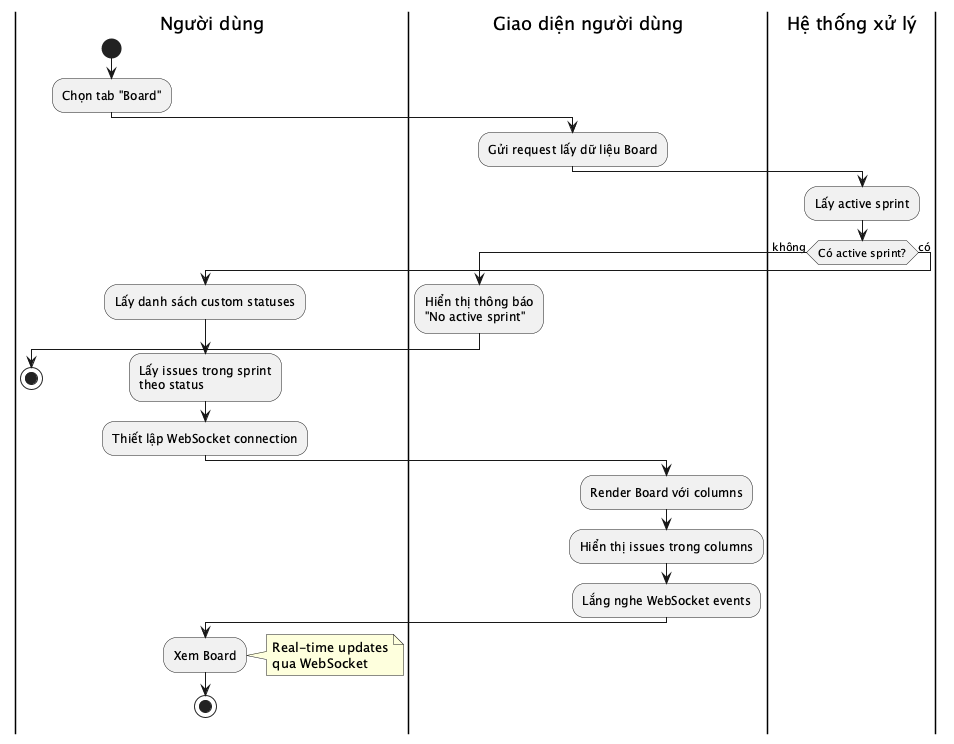
toantran292/datn keeps this PlantUML diagram as reports/dat-examples/report/images/act_view_board.png. Above is the earlier version. The source it was exported from:
```plantuml
@startuml act_view_board
|Người dùng|
start
:Chọn tab "Board";
|Giao diện người dùng|
:Gửi request lấy dữ liệu Board;
|Hệ thống xử lý|
:Lấy active sprint;
if (Có active sprint?) then (không)
  |Giao diện người dùng|
  :Hiển thị thông báo
  "No active sprint";
  |Người dùng|
  stop
else (có)
  :Lấy danh sách custom statuses;
  :Lấy issues trong sprint
  theo status;
  :Thiết lập WebSocket connection;
  |Giao diện người dùng|
  :Render Board với columns;
  :Hiển thị issues trong columns;
  :Lắng nghe WebSocket events;
  |Người dùng|
  :Xem Board;
  note right
    Real-time updates
    qua WebSocket
  end note
  stop
endif
@enduml
```
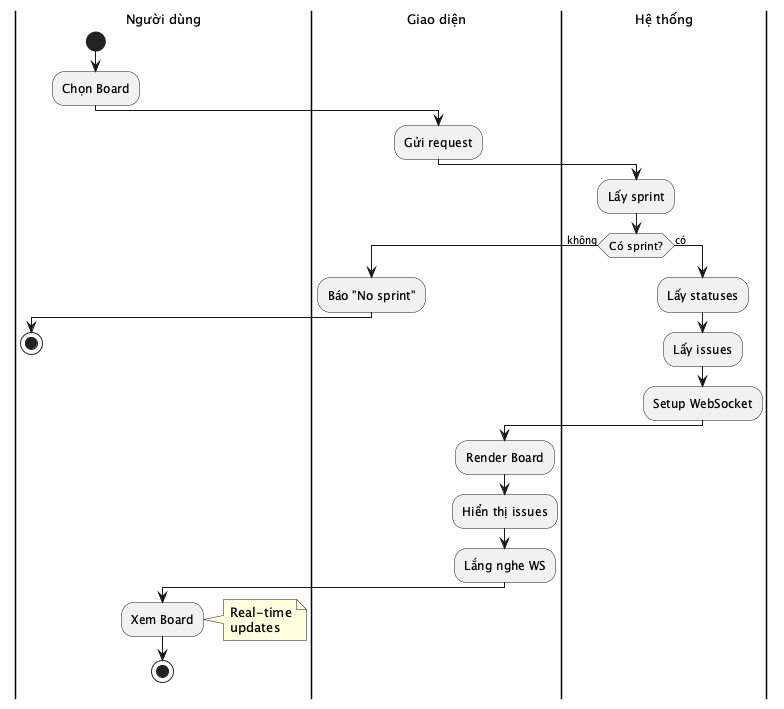
Later version of the same file.

What changed in the source:
```diff
@@ -1,31 +1,39 @@
 @startuml act_view_board
+skinparam defaultFontSize 13
+skinparam activityFontSize 12
+skinparam activityDiamondFontSize 11
+skinparam activityArrowFontSize 10
+skinparam partitionFontSize 13
+
 |Người dùng|
 start
-:Chọn tab "Board";
-|Giao diện người dùng|
-:Gửi request lấy dữ liệu Board;
-|Hệ thống xử lý|
-:Lấy active sprint;
-if (Có active sprint?) then (không)
-  |Giao diện người dùng|
-  :Hiển thị thông báo
-  "No active sprint";
+:Chọn Board;
+
+|Giao diện|
+:Gửi request;
+
+|Hệ thống|
+:Lấy sprint;
+
+if (Có sprint?) then (không)
+  |Giao diện|
+  :Báo "No sprint";
   |Người dùng|
   stop
 else (có)
-  :Lấy danh sách custom statuses;
-  :Lấy issues trong sprint
-  theo status;
-  :Thiết lập WebSocket connection;
-  |Giao diện người dùng|
-  :Render Board với columns;
-  :Hiển thị issues trong columns;
-  :Lắng nghe WebSocket events;
+  |Hệ thống|
+  :Lấy statuses;
+  :Lấy issues;
+  :Setup WebSocket;
+  |Giao diện|
+  :Render Board;
+  :Hiển thị issues;
+  :Lắng nghe WS;
   |Người dùng|
   :Xem Board;
   note right
-    Real-time updates
-    qua WebSocket
+    Real-time
+    updates
   end note
   stop
 endif
```
